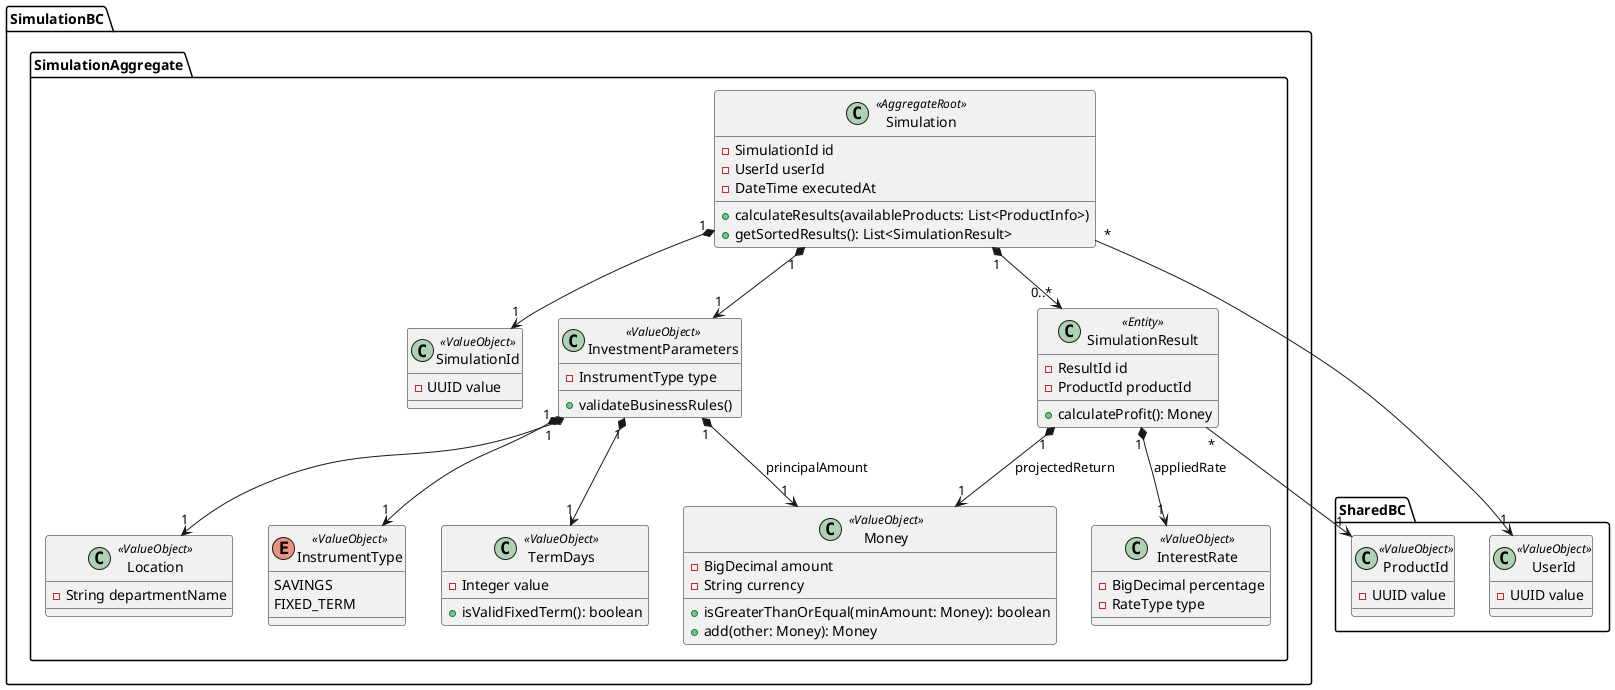
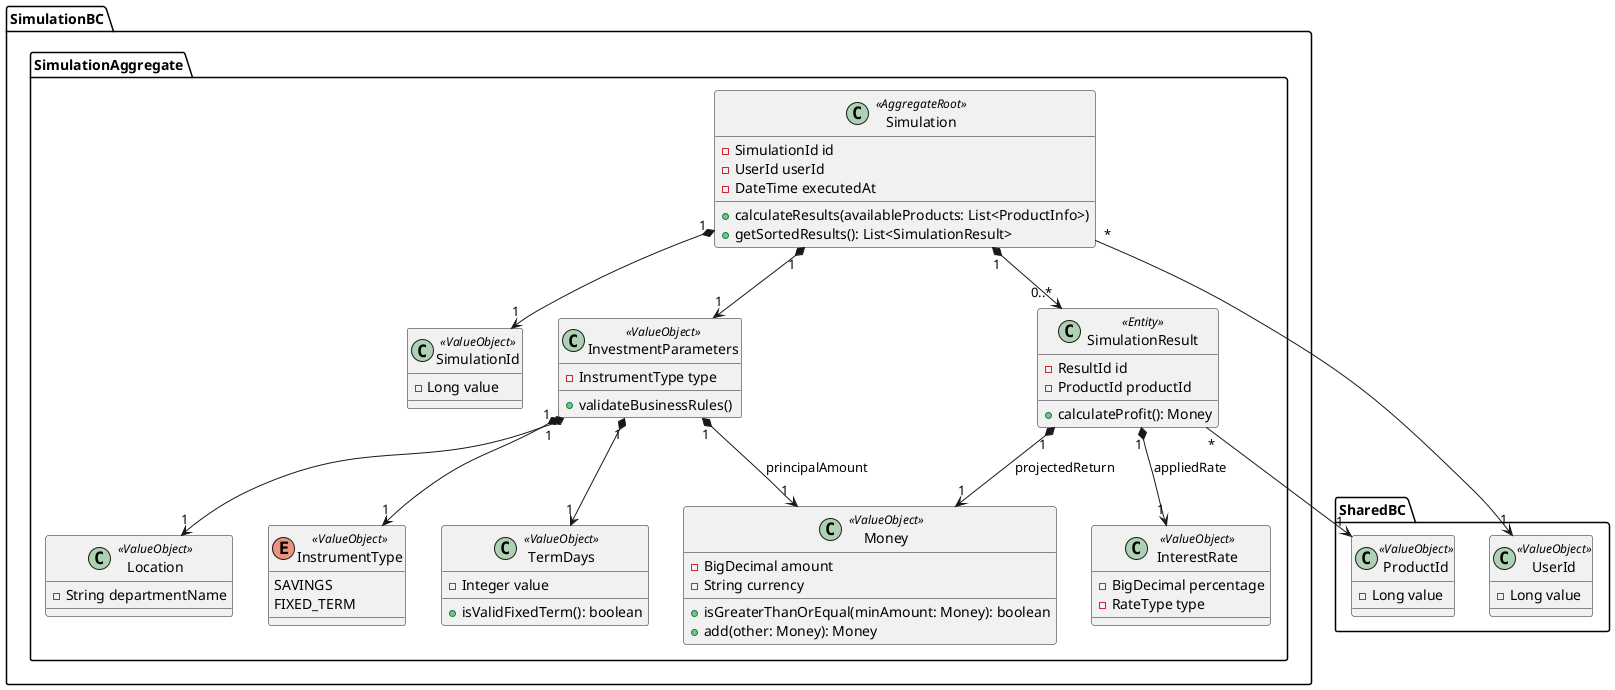
@startuml "Class Diagram - Contexto de Búsqueda y Simulación"

package SimulationBC {

    package SimulationAggregate {
        class Simulation <<AggregateRoot>> {
            - SimulationId id
            - UserId userId
            - DateTime executedAt
            + calculateResults(availableProducts: List<ProductInfo>)
            + getSortedResults(): List<SimulationResult>
        }

        class SimulationId <<ValueObject>> {
-             - UUID value
+             - Long value
        }

        class InvestmentParameters <<ValueObject>> {
            - InstrumentType type
            + validateBusinessRules()
        }

        class Money <<ValueObject>> {
            - BigDecimal amount
            - String currency
            + isGreaterThanOrEqual(minAmount: Money): boolean
            + add(other: Money): Money
        }

        class TermDays <<ValueObject>> {
            - Integer value
            + isValidFixedTerm(): boolean
        }

        class Location <<ValueObject>> {
            - String departmentName
        }

        enum InstrumentType <<ValueObject>> {
            SAVINGS
            FIXED_TERM
        }

        class SimulationResult <<Entity>> {
            - ResultId id
            - ProductId productId
            + calculateProfit(): Money
        }

        class InterestRate <<ValueObject>> {
            - BigDecimal percentage
            - RateType type
        }
    }
}

package SharedBC {
    class UserId <<ValueObject>> {
-         - UUID value
+         - Long value
    }
    class ProductId <<ValueObject>> {
-         - UUID value
+         - Long value
    }
}

' Relaciones estructurales del Agregado Simulation
Simulation "1" *--> "1" SimulationId
Simulation "1" *--> "1" InvestmentParameters
Simulation "1" *--> "0..*" SimulationResult

' Relación hacia el exterior (Shared Kernel)
Simulation "*" --> "1" UserId

' Composición de los parámetros de inversión
InvestmentParameters "1" *--> "1" Money : "principalAmount"
InvestmentParameters "1" *--> "1" TermDays
InvestmentParameters "1" *--> "1" Location
InvestmentParameters "1" *--> "1" InstrumentType

' Composición del resultado de la simulación
SimulationResult "1" *--> "1" InterestRate : "appliedRate"
SimulationResult "1" *--> "1" Money : "projectedReturn"
SimulationResult "*" --> "1" ProductId

@enduml